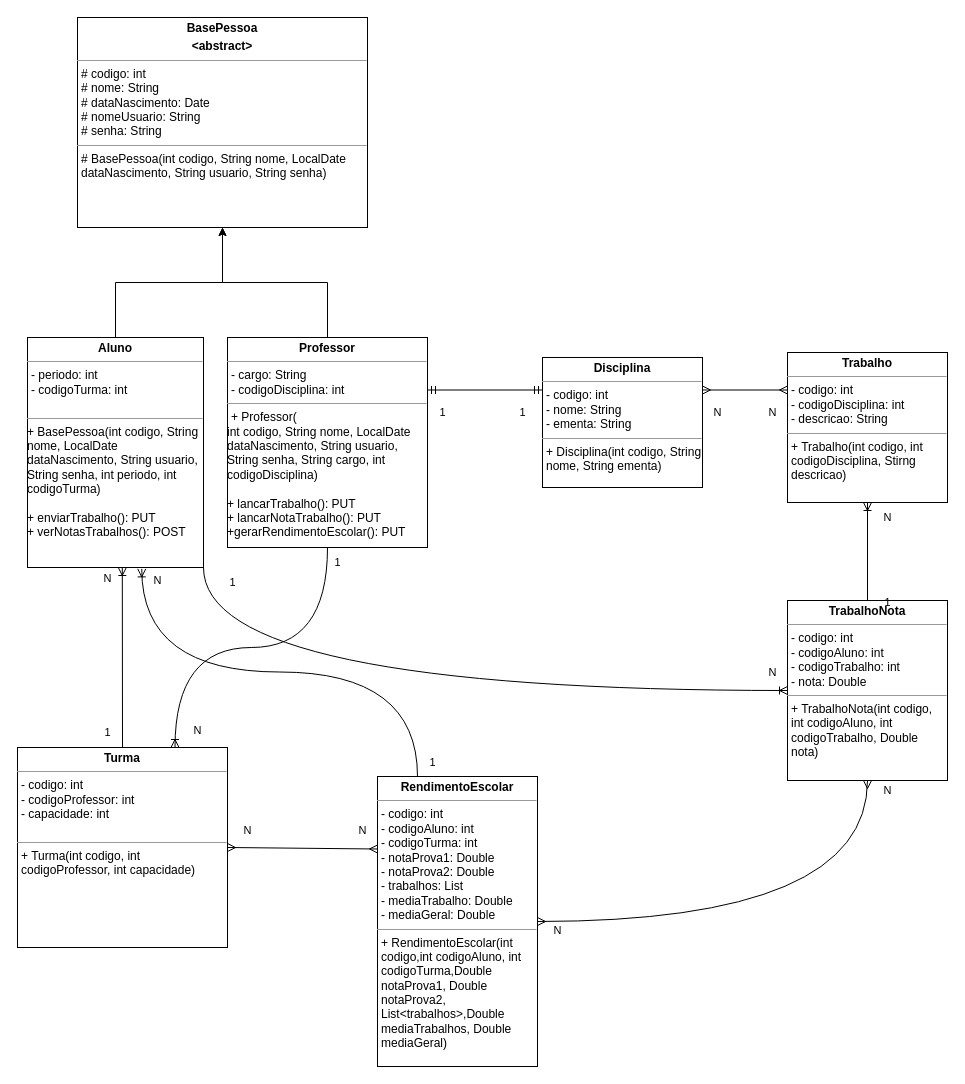
Earlier version of the draw.io diagram Diagrama ProjetoApiContAcad,.drawio (wilianAlbrecht/ProjetoApiContAcad). Source tidied: cells renumbered, new cells numbered last; positions are measured from the earlier drawing's top-left corner, leaving out a move shared by most shapes. Both pictures are drawn from the tidied source at 100%, with x=0, y=0 at pixel (17, 17).
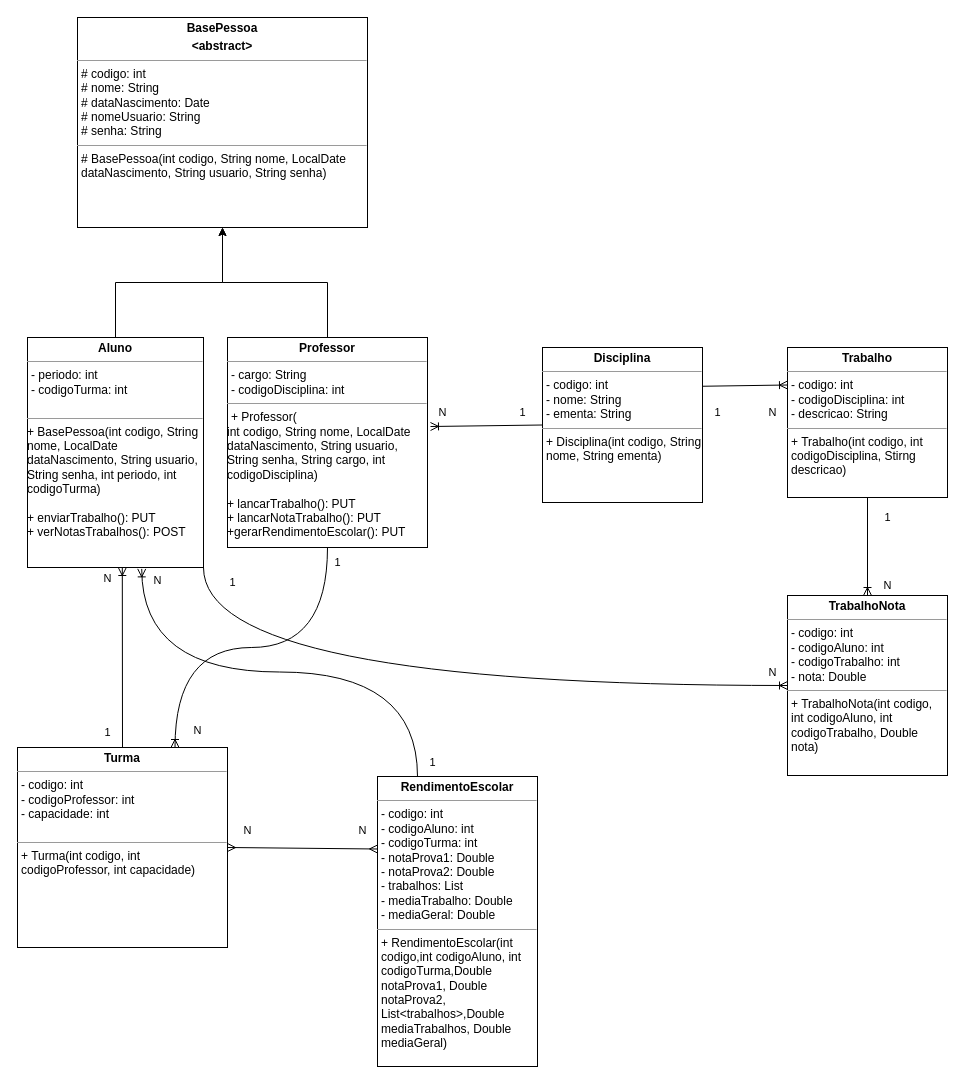
After the change.

Unchanged cells that the change refers to:
```xml
<mxCell id="4" value="&lt;p style=&quot;margin:0px;margin-top:4px;text-align:center;&quot;&gt;&lt;b&gt;Professor&lt;/b&gt;&lt;/p&gt;&lt;hr size=&quot;1&quot;&gt;&lt;p style=&quot;margin:0px;margin-left:4px;&quot;&gt;- cargo: String&lt;/p&gt;&lt;p style=&quot;margin:0px;margin-left:4px;&quot;&gt;- codigoDisciplina: int&lt;/p&gt;&lt;hr size=&quot;1&quot;&gt;&lt;p style=&quot;margin:0px;margin-left:4px;&quot;&gt;+ Professor(&lt;/p&gt;int codigo, String nome, LocalDate dataNascimento, String usuario, String senha, String cargo, int codigoDisciplina&lt;span style=&quot;background-color: initial;&quot;&gt;)&lt;br&gt;&lt;br&gt;+ lancarTrabalho(): PUT&lt;br&gt;+ lancarNotaTrabalho(): PUT&lt;br&gt;+gerarRendimentoEscolar(): PUT&lt;br&gt;&lt;br&gt;&lt;/span&gt;" style="verticalAlign=top;align=left;overflow=fill;fontSize=12;fontFamily=Helvetica;html=1;whiteSpace=wrap;" parent="1" vertex="1">
  <mxGeometry x="210" y="320" width="200" height="210" as="geometry" />
</mxCell>
<mxCell id="11" value="&lt;p style=&quot;margin:0px;margin-top:4px;text-align:center;&quot;&gt;&lt;b&gt;RendimentoEscolar&lt;/b&gt;&lt;/p&gt;&lt;hr size=&quot;1&quot;&gt;&lt;p style=&quot;margin:0px;margin-left:4px;&quot;&gt;- codigo: int&lt;/p&gt;&lt;p style=&quot;margin:0px;margin-left:4px;&quot;&gt;- codigoAluno: int&lt;/p&gt;&lt;p style=&quot;margin:0px;margin-left:4px;&quot;&gt;- codigoTurma: int&lt;/p&gt;&lt;p style=&quot;margin:0px;margin-left:4px;&quot;&gt;- notaProva1: Double&lt;/p&gt;&lt;p style=&quot;margin:0px;margin-left:4px;&quot;&gt;- notaProva2: Double&lt;/p&gt;&lt;p style=&quot;margin:0px;margin-left:4px;&quot;&gt;- trabalhos: List&lt;/p&gt;&lt;p style=&quot;margin:0px;margin-left:4px;&quot;&gt;- mediaTrabalho: Double&lt;/p&gt;&lt;p style=&quot;margin:0px;margin-left:4px;&quot;&gt;- mediaGeral: Double&lt;/p&gt;&lt;hr size=&quot;1&quot;&gt;&lt;p style=&quot;margin:0px;margin-left:4px;&quot;&gt;+ RendimentoEscolar(int codigo,int codigoAluno, int codigoTurma,Double notaProva1, Double notaProva2, List&amp;lt;trabalhos&amp;gt;,Double mediaTrabalhos, Double mediaGeral)&lt;/p&gt;" style="verticalAlign=top;align=left;overflow=fill;fontSize=12;fontFamily=Helvetica;html=1;whiteSpace=wrap;" parent="1" vertex="1">
  <mxGeometry x="360" y="759" width="160" height="290" as="geometry" />
</mxCell>
```

What changed in the source:
```diff
@@
     <mxCell id="7" value="&lt;p style=&quot;margin:0px;margin-top:4px;text-align:center;&quot;&gt;&lt;b&gt;Disciplina&lt;/b&gt;&lt;/p&gt;&lt;hr size=&quot;1&quot;&gt;&lt;p style=&quot;margin:0px;margin-left:4px;&quot;&gt;- codigo: int&lt;/p&gt;&lt;p style=&quot;margin:0px;margin-left:4px;&quot;&gt;- nome: String&lt;/p&gt;&lt;p style=&quot;margin:0px;margin-left:4px;&quot;&gt;- ementa: String&lt;/p&gt;&lt;hr size=&quot;1&quot;&gt;&lt;p style=&quot;margin:0px;margin-left:4px;&quot;&gt;+ Disciplina(int codigo, String nome, String ementa)&lt;/p&gt;" style="verticalAlign=top;align=left;overflow=fill;fontSize=12;fontFamily=Helvetica;html=1;whiteSpace=wrap;" parent="1" vertex="1">
-      <mxGeometry x="525" y="340" width="160" height="130" as="geometry" />
+      <mxGeometry x="525" y="330" width="160" height="155" as="geometry" />
     </mxCell>
@@
     <mxCell id="9" value="&lt;p style=&quot;margin:0px;margin-top:4px;text-align:center;&quot;&gt;&lt;b&gt;Trabalho&lt;/b&gt;&lt;/p&gt;&lt;hr size=&quot;1&quot;&gt;&lt;p style=&quot;margin:0px;margin-left:4px;&quot;&gt;- codigo: int&lt;/p&gt;&lt;p style=&quot;margin:0px;margin-left:4px;&quot;&gt;- codigoDisciplina: int&lt;/p&gt;&lt;p style=&quot;margin:0px;margin-left:4px;&quot;&gt;- descricao: String&lt;/p&gt;&lt;hr size=&quot;1&quot;&gt;&lt;p style=&quot;margin:0px;margin-left:4px;&quot;&gt;+ Trabalho(int codigo, int codigoDisciplina, Stirng descricao)&lt;/p&gt;" style="verticalAlign=top;align=left;overflow=fill;fontSize=12;fontFamily=Helvetica;html=1;whiteSpace=wrap;" parent="1" vertex="1">
-      <mxGeometry x="770" y="335" width="160" height="150" as="geometry" />
+      <mxGeometry x="770" y="330" width="160" height="150" as="geometry" />
     </mxCell>
     <mxCell id="10" value="&lt;p style=&quot;margin:0px;margin-top:4px;text-align:center;&quot;&gt;&lt;b&gt;TrabalhoNota&lt;/b&gt;&lt;/p&gt;&lt;hr size=&quot;1&quot;&gt;&lt;p style=&quot;margin:0px;margin-left:4px;&quot;&gt;- codigo: int&lt;/p&gt;&lt;p style=&quot;margin:0px;margin-left:4px;&quot;&gt;- codigoAluno: int&lt;/p&gt;&lt;p style=&quot;margin:0px;margin-left:4px;&quot;&gt;- codigoTrabalho: int&lt;/p&gt;&lt;p style=&quot;margin:0px;margin-left:4px;&quot;&gt;- nota: Double&lt;/p&gt;&lt;hr size=&quot;1&quot;&gt;&lt;p style=&quot;margin:0px;margin-left:4px;&quot;&gt;+ TrabalhoNota(int codigo, int codigoAluno, int codigoTrabalho, Double nota)&lt;/p&gt;" style="verticalAlign=top;align=left;overflow=fill;fontSize=12;fontFamily=Helvetica;html=1;whiteSpace=wrap;" parent="1" vertex="1">
-      <mxGeometry x="770" y="583" width="160" height="180" as="geometry" />
+      <mxGeometry x="770" y="578" width="160" height="180" as="geometry" />
     </mxCell>
@@
-    <mxCell id="15" value="1" style="text;html=1;align=center;verticalAlign=middle;points=[];strokeColor=none;fillColor=none;fontSize=11;fontFamily=Helvetica;fontColor=default;" parent="1" vertex="1">
+    <mxCell id="15" value="N" style="text;html=1;align=center;verticalAlign=middle;points=[];strokeColor=none;fillColor=none;fontSize=11;fontFamily=Helvetica;fontColor=default;" parent="1" vertex="1">
       <mxGeometry x="410" y="380" width="30" height="30" as="geometry" />
     </mxCell>
@@
-    <mxCell id="17" style="fontSize=12;html=1;endArrow=ERmany;startArrow=ERmany;rounded=0;labelBackgroundColor=default;strokeColor=default;align=center;verticalAlign=middle;fontFamily=Helvetica;fontColor=default;shape=connector;exitX=1;exitY=0.25;exitDx=0;exitDy=0;entryX=0;entryY=0.25;entryDx=0;entryDy=0;" parent="1" edge="1" source="7" target="9">
-      <mxGeometry relative="1" as="geometry" />
-    </mxCell>
-    <mxCell id="18" value="N" style="text;html=1;align=center;verticalAlign=middle;strokeColor=none;fillColor=none;fontSize=11;fontFamily=Helvetica;fontColor=default;" parent="1" vertex="1">
+    <mxCell id="18" value="1" style="text;html=1;align=center;verticalAlign=middle;strokeColor=none;fillColor=none;fontSize=11;fontFamily=Helvetica;fontColor=default;" parent="1" vertex="1">
       <mxGeometry x="685" y="380" width="30" height="30" as="geometry" />
     </mxCell>
@@
-    <mxCell id="20" style="fontSize=12;html=1;endArrow=ERoneToMany;rounded=0;labelBackgroundColor=default;strokeColor=default;align=center;verticalAlign=middle;fontFamily=Helvetica;fontColor=default;shape=connector;exitX=0.5;exitY=0;exitDx=0;exitDy=0;entryX=0.5;entryY=1;entryDx=0;entryDy=0;" parent="1" edge="1" source="10" target="9">
+    <mxCell id="20" style="fontSize=12;html=1;endArrow=ERoneToMany;rounded=0;labelBackgroundColor=default;strokeColor=default;align=center;verticalAlign=middle;fontFamily=Helvetica;fontColor=default;shape=connector;exitX=0.5;exitY=1;exitDx=0;exitDy=0;entryX=0.5;entryY=0;entryDx=0;entryDy=0;" parent="1" edge="1" source="9" target="10">
       <mxGeometry relative="1" as="geometry" />
     </mxCell>
     <mxCell id="21" value="1" style="text;html=1;align=center;verticalAlign=middle;strokeColor=none;fillColor=none;fontSize=11;fontFamily=Helvetica;fontColor=default;" parent="1" vertex="1">
-      <mxGeometry x="855" y="570" width="30" height="30" as="geometry" />
+      <mxGeometry x="855" y="485" width="30" height="30" as="geometry" />
     </mxCell>
     <mxCell id="22" value="N" style="text;html=1;align=center;verticalAlign=middle;strokeColor=none;fillColor=none;fontSize=11;fontFamily=Helvetica;fontColor=default;" parent="1" vertex="1">
-      <mxGeometry x="855" y="485" width="30" height="30" as="geometry" />
+      <mxGeometry x="855" y="553" width="30" height="30" as="geometry" />
     </mxCell>
@@
-    <mxCell id="32" style="edgeStyle=orthogonalEdgeStyle;fontSize=12;html=1;endArrow=ERmany;startArrow=ERmany;rounded=0;labelBackgroundColor=default;strokeColor=default;align=center;verticalAlign=middle;fontFamily=Helvetica;fontColor=default;shape=connector;curved=1;entryX=0.5;entryY=1;entryDx=0;entryDy=0;exitX=1;exitY=0.5;exitDx=0;exitDy=0;" parent="1" edge="1" source="11" target="10">
-      <mxGeometry relative="1" as="geometry" />
-    </mxCell>
-    <mxCell id="33" value="N" style="text;html=1;align=center;verticalAlign=middle;strokeColor=none;fillColor=none;fontSize=11;fontFamily=Helvetica;fontColor=default;" parent="1" vertex="1">
-      <mxGeometry x="525" y="898" width="30" height="30" as="geometry" />
-    </mxCell>
-    <mxCell id="34" value="N" style="text;html=1;align=center;verticalAlign=middle;strokeColor=none;fillColor=none;fontSize=11;fontFamily=Helvetica;fontColor=default;" parent="1" vertex="1">
-      <mxGeometry x="855" y="758" width="30" height="30" as="geometry" />
-    </mxCell>
-    <mxCell id="35" style="fontSize=12;html=1;endArrow=ERmandOne;startArrow=ERmandOne;rounded=0;labelBackgroundColor=default;strokeColor=default;align=center;verticalAlign=middle;fontFamily=Helvetica;fontColor=default;shape=connector;exitX=1;exitY=0.25;exitDx=0;exitDy=0;entryX=0;entryY=0.25;entryDx=0;entryDy=0;" parent="1" edge="1" source="4" target="7">
-      <mxGeometry relative="1" as="geometry" />
-    </mxCell>
@@
+    <mxCell id="39" style="fontSize=12;html=1;endArrow=ERoneToMany;rounded=0;labelBackgroundColor=default;strokeColor=default;align=center;verticalAlign=middle;fontFamily=Helvetica;fontColor=default;shape=connector;entryX=0.1;entryY=0.967;entryDx=0;entryDy=0;exitX=0;exitY=0.5;exitDx=0;exitDy=0;entryPerimeter=0;" parent="1" edge="1" source="7" target="15">
+      <mxGeometry relative="1" as="geometry" />
+    </mxCell>
+    <mxCell id="17" style="fontSize=12;html=1;endArrow=ERoneToMany;rounded=0;labelBackgroundColor=default;strokeColor=default;align=center;verticalAlign=middle;fontFamily=Helvetica;fontColor=default;shape=connector;entryX=0;entryY=0.25;entryDx=0;entryDy=0;exitX=1;exitY=0.25;exitDx=0;exitDy=0;" parent="1" edge="1" source="7" target="9">
+      <mxGeometry relative="1" as="geometry" />
+    </mxCell>
```
